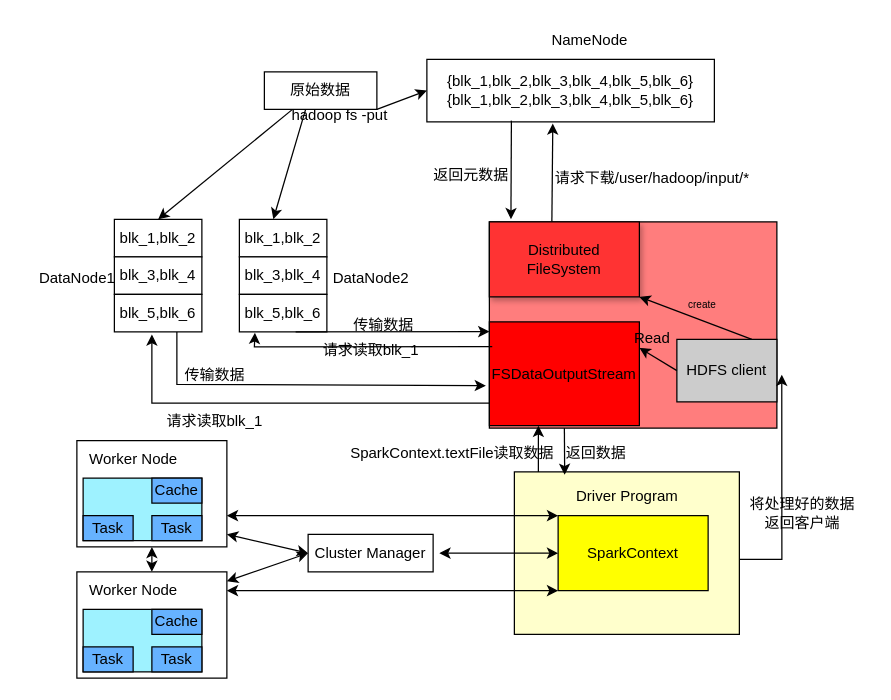
This is 未命名绘图.drawio from mainkeys/pic, a draw.io file, before an edit. Source tidied: cells renumbered, new cells numbered last; positions are measured from the earlier drawing's top-left corner, leaving out a move shared by most shapes. Both pictures are drawn from the tidied source at 125%, with x=0, y=0 at pixel (26, 21).
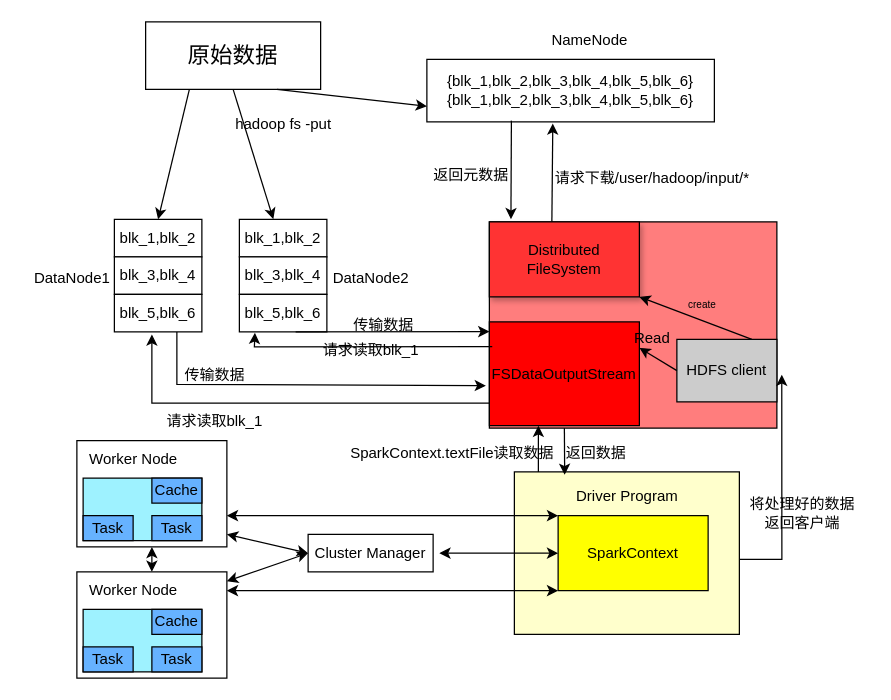
The same diagram, later.

Commit message:
更新未命名绘图.drawio

Unchanged cells that the change refers to:
```xml
<mxCell id="3" value="blk_1,blk_2" style="rounded=0;whiteSpace=wrap;html=1;" parent="1" vertex="1">
  <mxGeometry x="170" y="158" width="70" height="30" as="geometry" />
</mxCell>
<mxCell id="13" value="{blk_1,blk_2,blk_3,blk_4,blk_5,blk_6}&lt;br&gt;{blk_1,blk_2,blk_3,blk_4,blk_5,blk_6}" style="rounded=0;whiteSpace=wrap;html=1;" parent="1" vertex="1">
  <mxGeometry x="320" y="30" width="230" height="50" as="geometry" />
</mxCell>
```

What changed in the source:
```diff
@@
-    <mxCell id="2" value="原始数据" style="rounded=0;whiteSpace=wrap;html=1;" parent="1" vertex="1">
-      <mxGeometry x="190" y="40" width="90" height="30" as="geometry" />
+    <mxCell id="2" value="&lt;font style=&quot;font-size: 18px;&quot;&gt;原始数据&lt;/font&gt;" style="rounded=0;whiteSpace=wrap;html=1;" parent="1" vertex="1">
+      <mxGeometry x="95" width="140" height="54" as="geometry" />
     </mxCell>
@@
     <mxCell id="6" value="hadoop fs -put" style="text;html=1;align=center;verticalAlign=middle;strokeColor=none;fillColor=none;" parent="1" vertex="1">
-      <mxGeometry x="200" y="60" width="100" height="30" as="geometry" />
+      <mxGeometry x="155" y="67" width="100" height="30" as="geometry" />
     </mxCell>
     <mxCell id="7" value="DataNode1" style="text;html=1;align=center;verticalAlign=middle;strokeColor=none;fillColor=none;" parent="1" vertex="1">
-      <mxGeometry y="190" width="80" height="30" as="geometry" />
+      <mxGeometry x="-4" y="190" width="80" height="30" as="geometry" />
     </mxCell>
@@
-    <mxCell id="28" style="endArrow=classic;html=1;rounded=0;entryX=0.388;entryY=-0.005;entryDx=0;entryDy=0;exitX=0.25;exitY=1;exitDx=0;exitDy=0;entryPerimeter=0;" parent="1" edge="1" target="3">
-      <mxGeometry relative="1" as="geometry">
-        <mxPoint x="223" y="70" as="sourcePoint" />
-      </mxGeometry>
+    <mxCell id="28" style="endArrow=classic;html=1;rounded=0;entryX=0.388;entryY=-0.005;entryDx=0;entryDy=0;exitX=0.5;exitY=1;exitDx=0;exitDy=0;entryPerimeter=0;" parent="1" edge="1" source="2" target="3">
+      <mxGeometry relative="1" as="geometry" />
     </mxCell>
-    <mxCell id="29" style="endArrow=classic;html=1;rounded=0;exitX=0.25;exitY=1;exitDx=0;exitDy=0;entryX=0;entryY=0.5;entryDx=0;entryDy=0;" parent="1" edge="1" target="13">
-      <mxGeometry relative="1" as="geometry">
-        <mxPoint x="280" y="70" as="sourcePoint" />
-      </mxGeometry>
+    <mxCell id="29" style="endArrow=classic;html=1;rounded=0;exitX=0.75;exitY=1;exitDx=0;exitDy=0;entryX=0;entryY=0.75;entryDx=0;entryDy=0;" parent="1" edge="1" source="2" target="13">
+      <mxGeometry relative="1" as="geometry" />
     </mxCell>
```
